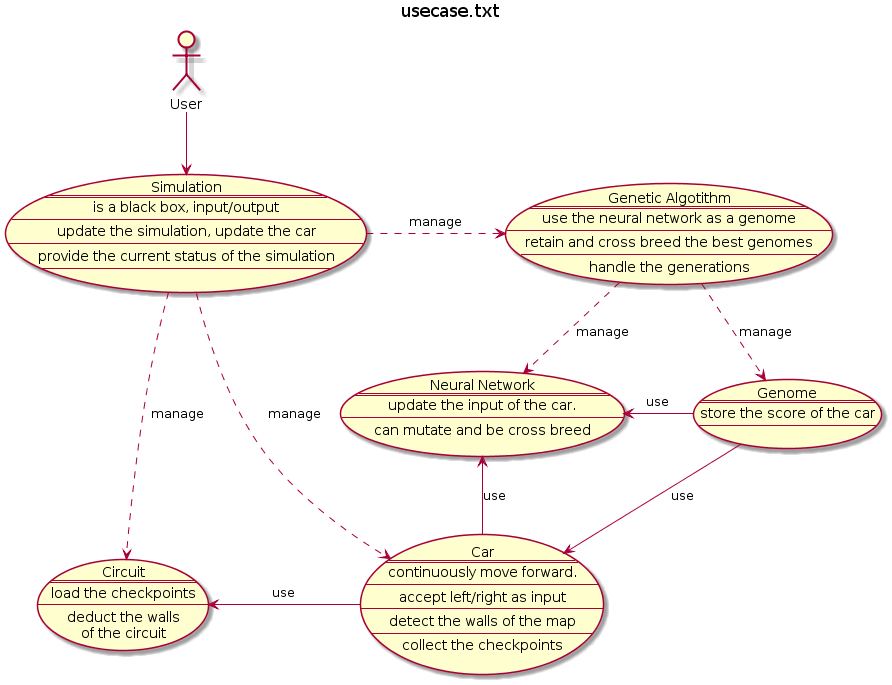
The PlantUML diagram carDemo/diagrams/usecase.png in GuillaumeBouchetEpitech/geneticAlgorithm_experiment, before a commit. The source it was exported from:
```plantuml
@startuml



title usecase.txt



usecase UC_simulation as "
Simulation
====
is a black box, input/output
----
update the simulation, update the car
----
provide the current status of the simulation
----
"

usecase UC_circuit as "
Circuit
====
load the checkpoints
----
deduct the walls
of the circuit
"

usecase UC_car as "
Car
====
continuously move forward.
----
accept left/right as input
----
detect the walls of the map
----
collect the checkpoints
"

usecase UC_NN as "
Neural Network
====
update the input of the car.
----
can mutate and be cross breed
"

usecase UC_GenAlgo as "
Genetic Algotithm
====
use the neural network as a genome
----
retain and cross breed the best genomes
----
handle the generations
"

usecase UC_Genome as "
Genome
====
store the score of the car
----

"

UC_simulation ..> UC_circuit : manage
UC_simulation ..> UC_car : manage
UC_simulation .right.> UC_GenAlgo : manage

User --> UC_simulation
UC_car -left-> UC_circuit : use
UC_car --> UC_NN : use

UC_GenAlgo ..> UC_NN  : manage

UC_Genome <.up. UC_GenAlgo : manage
UC_Genome -left-> UC_NN : use
UC_Genome --> UC_car : use



@enduml
```
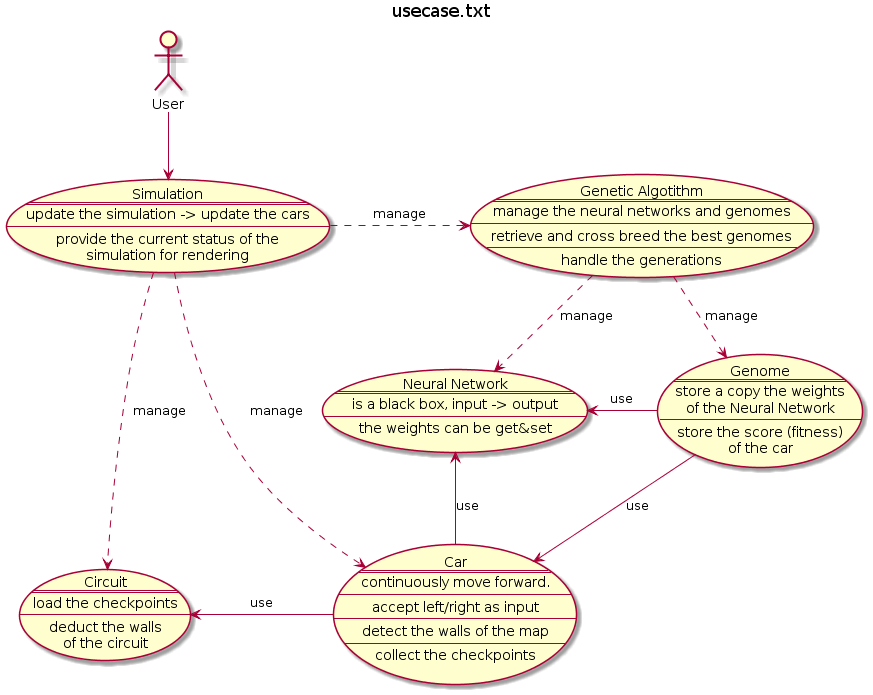
After the change.

Change to the diagram source:
```diff
@@ -9,12 +9,10 @@
 usecase UC_simulation as "
 Simulation
 ====
-is a black box, input/output
+update the simulation -> update the cars
 ----
-update the simulation, update the car
-----
-provide the current status of the simulation
-----
+provide the current status of the
+simulation for rendering
 "
 
 usecase UC_circuit as "
@@ -41,17 +39,17 @@
 usecase UC_NN as "
 Neural Network
 ====
-update the input of the car.
+is a black box, input -> output
 ----
-can mutate and be cross breed
+the weights can be get&set
 "
 
 usecase UC_GenAlgo as "
 Genetic Algotithm
 ====
-use the neural network as a genome
+manage the neural networks and genomes
 ----
-retain and cross breed the best genomes
+retrieve and cross breed the best genomes
 ----
 handle the generations
 "
@@ -59,9 +57,11 @@
 usecase UC_Genome as "
 Genome
 ====
-store the score of the car
+store a copy the weights
+of the Neural Network
 ----
-
+store the score (fitness)
+of the car
 "
 
 UC_simulation ..> UC_circuit : manage
```
